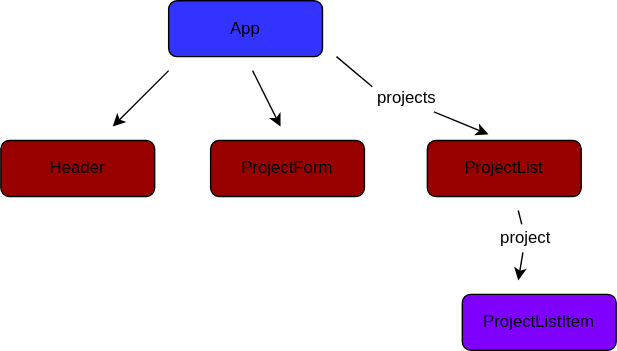
This is 04-react-data-flow/proj-showcase-cont/proj-diagram.drawio.svg from shallifi/SENG-SCF-032122-PHASE-2, a draw.io export, as it was before one commit. Source tidied: cells renumbered, new cells last; positions are measured from the earlier drawing's top-left corner, leaving out a move shared by most shapes.
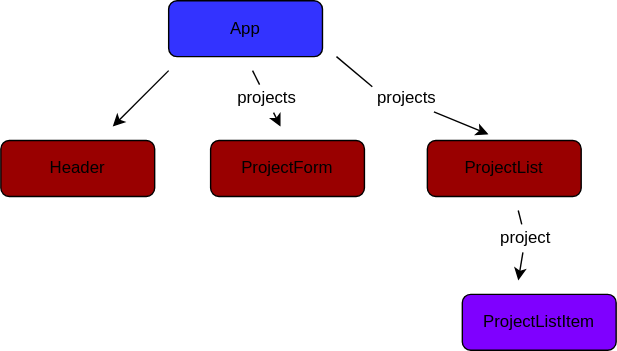
Above is the later version.

What changed in the source:
```diff
@@ -47,11 +47,18 @@
         <mxPoint x="240" y="40" as="targetPoint" />
       </mxGeometry>
     </mxCell>
-    <mxCell id="14" style="endArrow=classic;html=1;" parent="1" edge="1">
+    <mxCell id="14" style="endArrow=classic;html=1;startArrow=none;" parent="1" edge="1" source="15">
       <mxGeometry relative="1" as="geometry">
-        <mxPoint x="180" y="50" as="sourcePoint" />
         <mxPoint x="200" y="90" as="targetPoint" />
       </mxGeometry>
     </mxCell>
+    <mxCell id="15" value="projects" style="text;html=1;align=center;verticalAlign=middle;points=[];fillColor=none;strokeColor=none;rounded=0;" parent="1" vertex="1">
+      <mxGeometry x="160" y="60" width="60" height="20" as="geometry" />
+    </mxCell>
+    <mxCell id="16" style="endArrow=none;html=1;" parent="1" edge="1" target="15">
+      <mxGeometry relative="1" as="geometry">
+        <mxPoint x="180" y="50" as="sourcePoint" />
+      </mxGeometry>
+    </mxCell>
   </root>
 </mxGraphModel>
```
